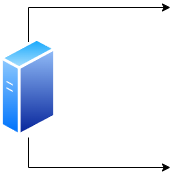
elisayan/Chat-ClientServer-TCP keeps this draw.io diagram as chat-client-server.drawio.png. Above is the earlier version. Source tidied: cells renumbered, new cells last; positions are measured from the earlier drawing's top-left corner, leaving out a move shared by most shapes.
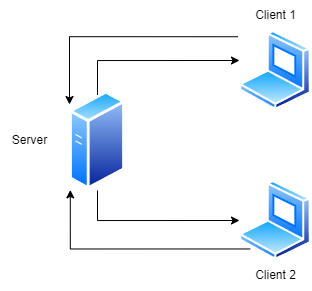
After the change.

The edit, as a diff of the source:
```diff
@@ -22,5 +22,31 @@
     <mxCell id="4" style="image;perimeter=ellipsePerimeter;html=1;align=center;shadow=0;dashed=0;spacingTop=3;image=img/lib/active_directory/generic_server.svg;" parent="1" vertex="1">
       <mxGeometry y="30" width="56" height="100" as="geometry" />
     </mxCell>
+    <mxCell id="5" style="edgeStyle=orthogonalEdgeStyle;rounded=0;jettySize=auto;html=1;exitX=-0.023;exitY=0.078;exitDx=0;exitDy=0;exitPerimeter=0;" parent="1" edge="1" source="6">
+      <mxGeometry relative="1" as="geometry">
+        <mxPoint y="44" as="targetPoint" />
+        <Array as="points">
+          <mxPoint y="-24" />
+        </Array>
+      </mxGeometry>
+    </mxCell>
+    <mxCell id="6" style="image;perimeter=ellipsePerimeter;html=1;align=center;shadow=0;dashed=0;spacingTop=3;image=img/lib/active_directory/laptop_client.svg;" parent="1" vertex="1">
+      <mxGeometry x="170" y="-30" width="72" height="80" as="geometry" />
+    </mxCell>
+    <mxCell id="7" style="image;perimeter=ellipsePerimeter;html=1;align=center;shadow=0;dashed=0;spacingTop=3;image=img/lib/active_directory/laptop_client.svg;" parent="1" vertex="1">
+      <mxGeometry x="170" y="120" width="72" height="80" as="geometry" />
+    </mxCell>
+    <mxCell id="8" value="Client 1" style="text;html=1;align=center;verticalAlign=middle;strokeColor=none;fillColor=none;" parent="1" vertex="1">
+      <mxGeometry x="176" y="-60" width="60" height="30" as="geometry" />
+    </mxCell>
+    <mxCell id="9" value="Client 2" style="text;html=1;align=center;verticalAlign=middle;strokeColor=none;fillColor=none;" parent="1" vertex="1">
+      <mxGeometry x="176" y="200" width="60" height="30" as="geometry" />
+    </mxCell>
+    <mxCell id="10" value="Server" style="text;html=1;align=center;verticalAlign=middle;strokeColor=none;fillColor=none;" parent="1" vertex="1">
+      <mxGeometry x="-70" y="65" width="60" height="30" as="geometry" />
+    </mxCell>
+    <mxCell id="11" style="edgeStyle=orthogonalEdgeStyle;rounded=0;jettySize=auto;html=1;exitX=0;exitY=1;exitDx=0;exitDy=0;entryX=0.014;entryY=0.994;entryDx=0;entryDy=0;entryPerimeter=0;" parent="1" edge="1" source="7" target="4">
+      <mxGeometry relative="1" as="geometry" />
+    </mxCell>
   </root>
 </mxGraphModel>
```
